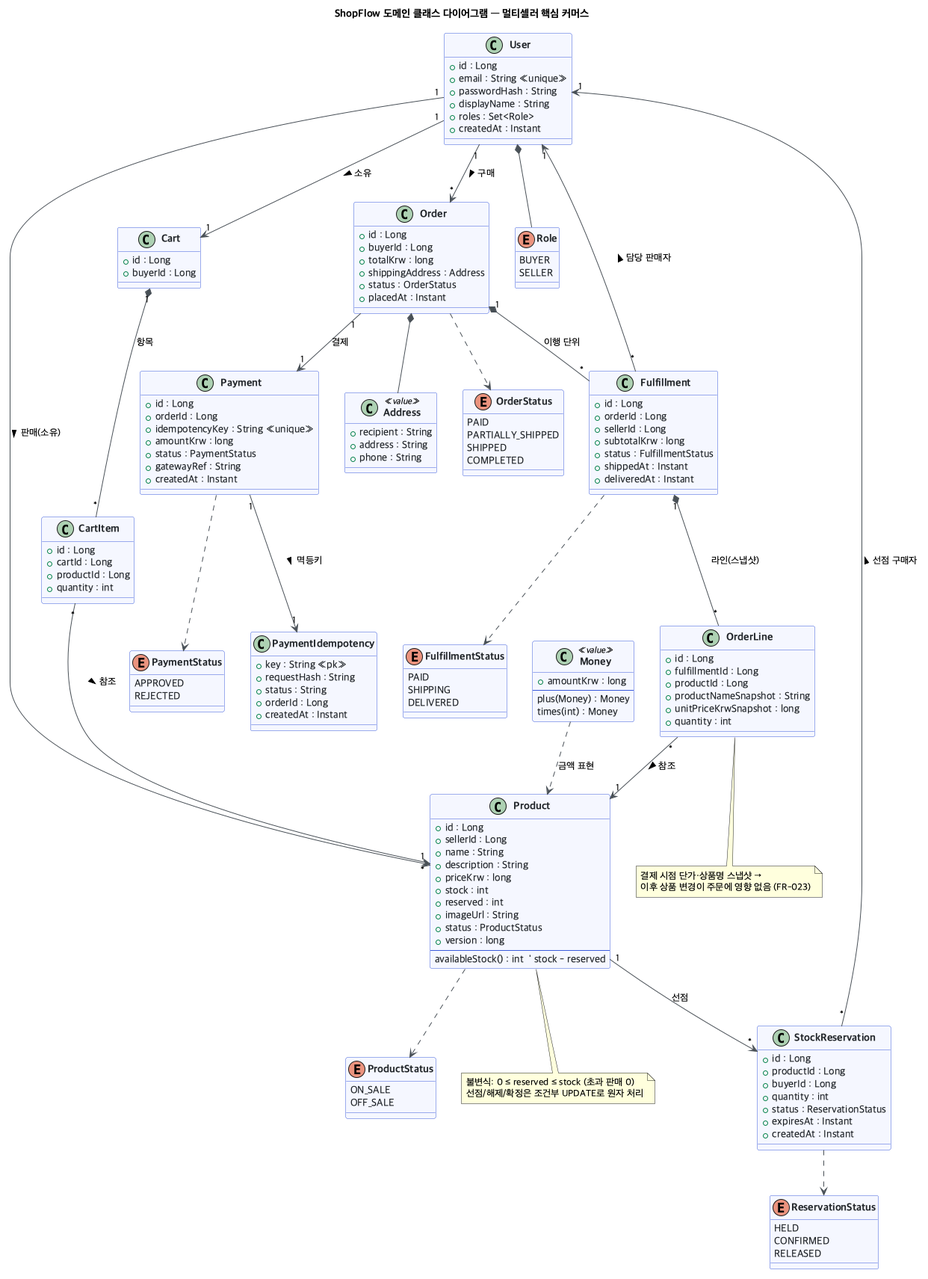
frentis-ai-study/shopflow keeps this PlantUML diagram as specs/001-marketplace-core/diagrams/domain-class-marketplace-core.png. Above is the earlier version.
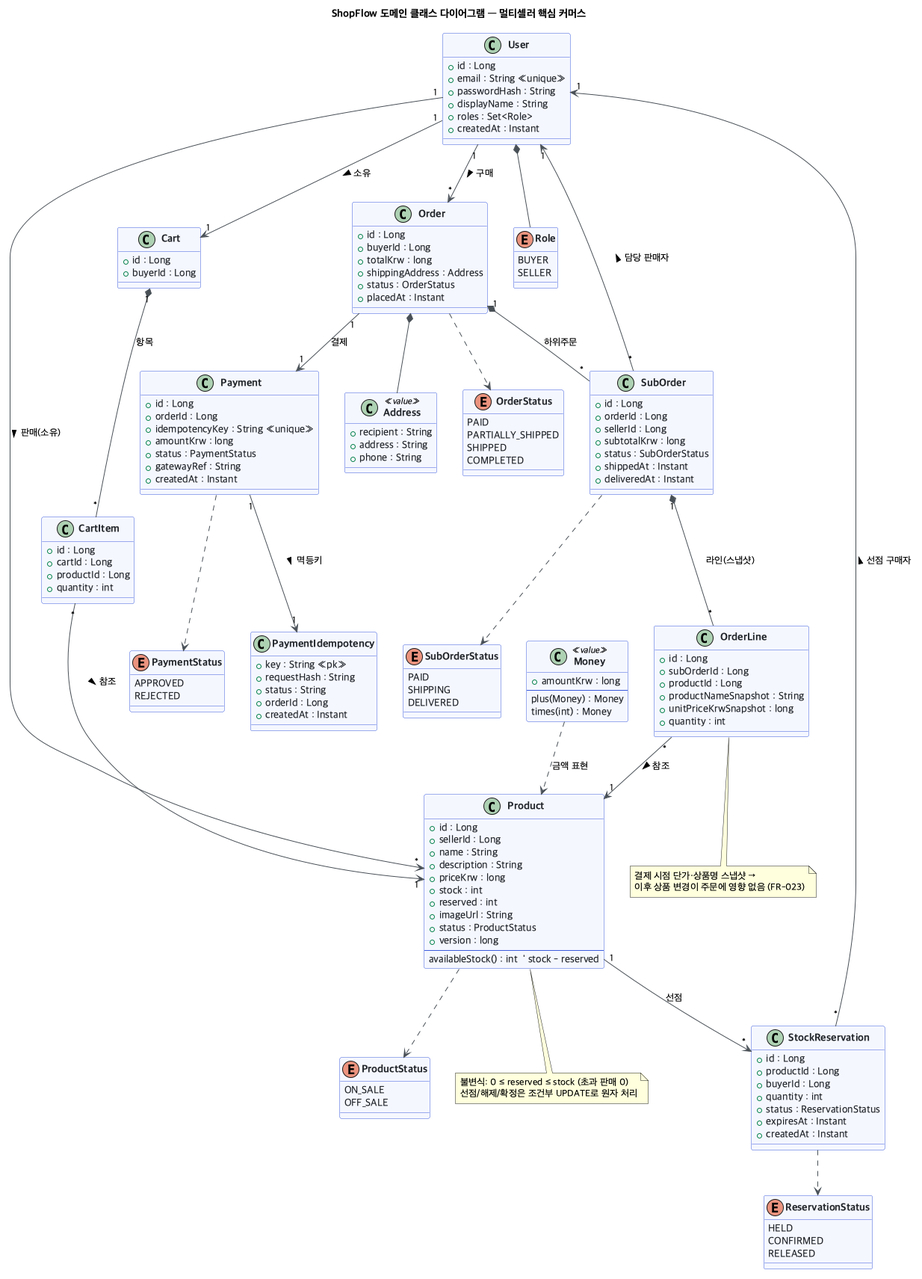
Later version of the same file.

The edit, as a diff of the source:
```diff
@@ -61,19 +61,19 @@
   +placedAt : Instant
 }
 
-class Fulfillment {
+class SubOrder {
   +id : Long
   +orderId : Long
   +sellerId : Long
   +subtotalKrw : long
-  +status : FulfillmentStatus
+  +status : SubOrderStatus
   +shippedAt : Instant
   +deliveredAt : Instant
 }
 
 class OrderLine {
   +id : Long
-  +fulfillmentId : Long
+  +subOrderId : Long
   +productId : Long
   +productNameSnapshot : String
   +unitPriceKrwSnapshot : long
@@ -140,7 +140,7 @@
   COMPLETED
 }
 
-enum FulfillmentStatus {
+enum SubOrderStatus {
   PAID
   SHIPPING
   DELIVERED
@@ -164,9 +164,9 @@
 CartItem "*" --> "1" Product : 참조 >
 
 User "1" --> "*" Order : 구매 >
-Order "1" *-- "*" Fulfillment : 이행 단위
-Fulfillment "*" --> "1" User : 담당 판매자 >
-Fulfillment "1" *-- "*" OrderLine : 라인(스냅샷)
+Order "1" *-- "*" SubOrder : 하위주문
+SubOrder "*" --> "1" User : 담당 판매자 >
+SubOrder "1" *-- "*" OrderLine : 라인(스냅샷)
 OrderLine "*" --> "1" Product : 참조 >
 
 Order "1" --> "1" Payment : 결제
@@ -179,7 +179,7 @@
 User *-- Role
 Product ..> ProductStatus
 Order ..> OrderStatus
-Fulfillment ..> FulfillmentStatus
+SubOrder ..> SubOrderStatus
 Payment ..> PaymentStatus
 StockReservation ..> ReservationStatus
 Money ..> Product : 금액 표현
```
